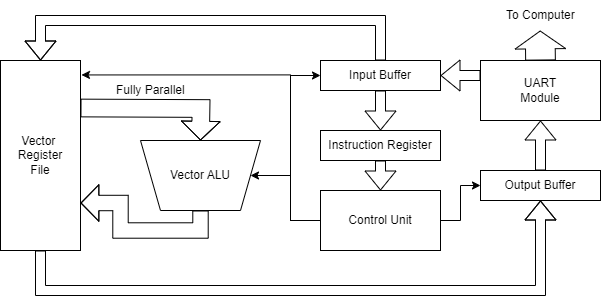
Earlier version of the draw.io export Planning-And-Development/Arch.png (ColeFrancis/FPGA-Vector-Accelerator-with-Python-HAL). Source tidied: cells renumbered, new cells last; positions are measured from the earlier drawing's top-left corner, leaving out a move shared by most shapes. Its diagram source:
```xml
<mxGraphModel>
  <root>
    <mxCell id="0" />
    <mxCell id="1" parent="0" />
    <mxCell id="2" style="edgeStyle=orthogonalEdgeStyle;rounded=0;jettySize=auto;html=1;exitX=0;exitY=0.25;exitDx=0;exitDy=0;entryX=1;entryY=0.5;entryDx=0;entryDy=0;shape=flexArrow;" parent="1" edge="1" source="4" target="7">
      <mxGeometry relative="1" as="geometry" />
    </mxCell>
    <mxCell id="3" style="edgeStyle=orthogonalEdgeStyle;rounded=0;jettySize=auto;html=1;exitX=0.5;exitY=0;exitDx=0;exitDy=0;shape=flexArrow;width=29.705882352941178;endSize=5.614705882352942;" parent="1" edge="1" source="4">
      <mxGeometry relative="1" as="geometry">
        <mxPoint x="539.7" y="30" as="targetPoint" />
      </mxGeometry>
    </mxCell>
    <mxCell id="4" value="UART&lt;div&gt;Module&lt;/div&gt;" style="rounded=0;whiteSpace=wrap;html=1;" parent="1" vertex="1">
      <mxGeometry x="480" y="60" width="120" height="60" as="geometry" />
    </mxCell>
    <mxCell id="5" style="edgeStyle=orthogonalEdgeStyle;rounded=0;jettySize=auto;html=1;exitX=0.5;exitY=0;exitDx=0;exitDy=0;entryX=0.5;entryY=0;entryDx=0;entryDy=0;shape=flexArrow;" parent="1" edge="1" source="7" target="11">
      <mxGeometry relative="1" as="geometry">
        <Array as="points">
          <mxPoint x="380" y="20" />
          <mxPoint x="40" y="20" />
        </Array>
      </mxGeometry>
    </mxCell>
    <mxCell id="6" style="edgeStyle=orthogonalEdgeStyle;rounded=0;jettySize=auto;html=1;exitX=0.5;exitY=1;exitDx=0;exitDy=0;entryX=0.5;entryY=0;entryDx=0;entryDy=0;shape=flexArrow;" parent="1" edge="1" source="7" target="13">
      <mxGeometry relative="1" as="geometry" />
    </mxCell>
    <mxCell id="7" value="Input Buffer" style="rounded=0;whiteSpace=wrap;html=1;" parent="1" vertex="1">
      <mxGeometry x="320" y="60" width="120" height="30" as="geometry" />
    </mxCell>
    <mxCell id="8" style="edgeStyle=orthogonalEdgeStyle;rounded=0;orthogonalLoop=1;jettySize=auto;html=1;exitX=0.5;exitY=1;exitDx=0;exitDy=0;" parent="1" edge="1" source="7" target="7">
      <mxGeometry relative="1" as="geometry" />
    </mxCell>
    <mxCell id="9" style="edgeStyle=orthogonalEdgeStyle;rounded=0;jettySize=auto;html=1;exitX=0.5;exitY=1;exitDx=0;exitDy=0;entryX=0.5;entryY=1;entryDx=0;entryDy=0;shape=flexArrow;" parent="1" edge="1" source="11" target="19">
      <mxGeometry relative="1" as="geometry">
        <Array as="points">
          <mxPoint x="40" y="290" />
          <mxPoint x="540" y="290" />
        </Array>
      </mxGeometry>
    </mxCell>
    <mxCell id="10" style="edgeStyle=orthogonalEdgeStyle;rounded=0;orthogonalLoop=1;jettySize=auto;html=1;exitX=1;exitY=0.25;exitDx=0;exitDy=0;entryX=0.5;entryY=1;entryDx=0;entryDy=0;shape=flexArrow;width=17.714285714285715;endSize=5.902857142857143;" parent="1" edge="1">
      <mxGeometry relative="1" as="geometry">
        <mxPoint x="80" y="107.5" as="sourcePoint" />
        <mxPoint x="200" y="140" as="targetPoint" />
      </mxGeometry>
    </mxCell>
    <mxCell id="11" value="Vector&amp;nbsp;&lt;div&gt;Register&lt;/div&gt;&lt;div&gt;File&lt;/div&gt;" style="rounded=0;whiteSpace=wrap;html=1;" parent="1" vertex="1">
      <mxGeometry y="60" width="80" height="190" as="geometry" />
    </mxCell>
    <mxCell id="12" style="edgeStyle=orthogonalEdgeStyle;rounded=0;jettySize=auto;html=1;exitX=0.5;exitY=1;exitDx=0;exitDy=0;entryX=0.5;entryY=0;entryDx=0;entryDy=0;shape=flexArrow;" parent="1" edge="1" source="13" target="17">
      <mxGeometry relative="1" as="geometry" />
    </mxCell>
    <mxCell id="13" value="Instruction Register" style="rounded=0;whiteSpace=wrap;html=1;" parent="1" vertex="1">
      <mxGeometry x="320" y="130" width="120" height="30" as="geometry" />
    </mxCell>
    <mxCell id="14" style="edgeStyle=orthogonalEdgeStyle;rounded=0;jettySize=auto;html=1;exitX=1;exitY=0.5;exitDx=0;exitDy=0;entryX=0;entryY=0.5;entryDx=0;entryDy=0;" parent="1" edge="1" source="17" target="19">
      <mxGeometry relative="1" as="geometry" />
    </mxCell>
    <mxCell id="15" style="edgeStyle=orthogonalEdgeStyle;rounded=0;jettySize=auto;html=1;exitX=0;exitY=0.5;exitDx=0;exitDy=0;entryX=0;entryY=0.5;entryDx=0;entryDy=0;" parent="1" edge="1" source="17" target="21">
      <mxGeometry relative="1" as="geometry" />
    </mxCell>
    <mxCell id="16" style="edgeStyle=orthogonalEdgeStyle;rounded=0;jettySize=auto;html=1;exitX=0;exitY=0.5;exitDx=0;exitDy=0;entryX=0;entryY=0.5;entryDx=0;entryDy=0;" parent="1" edge="1" source="17" target="7">
      <mxGeometry relative="1" as="geometry">
        <Array as="points">
          <mxPoint x="290" y="220" />
          <mxPoint x="290" y="75" />
        </Array>
      </mxGeometry>
    </mxCell>
    <mxCell id="17" value="Control Unit" style="rounded=0;whiteSpace=wrap;html=1;" parent="1" vertex="1">
      <mxGeometry x="320" y="190" width="120" height="60" as="geometry" />
    </mxCell>
    <mxCell id="18" style="edgeStyle=orthogonalEdgeStyle;rounded=0;jettySize=auto;html=1;exitX=0.5;exitY=0;exitDx=0;exitDy=0;entryX=0.5;entryY=1;entryDx=0;entryDy=0;shape=flexArrow;" parent="1" edge="1" source="19" target="4">
      <mxGeometry relative="1" as="geometry" />
    </mxCell>
    <mxCell id="19" value="Output Buffer" style="rounded=0;whiteSpace=wrap;html=1;" parent="1" vertex="1">
      <mxGeometry x="480" y="170" width="120" height="30" as="geometry" />
    </mxCell>
    <mxCell id="20" style="edgeStyle=orthogonalEdgeStyle;rounded=0;jettySize=auto;html=1;exitX=0.5;exitY=0;exitDx=0;exitDy=0;entryX=1;entryY=0.75;entryDx=0;entryDy=0;shape=flexArrow;width=15.428571428571429;endSize=5.617142857142857;" parent="1" edge="1" source="21" target="11">
      <mxGeometry relative="1" as="geometry">
        <Array as="points">
          <mxPoint x="200" y="230" />
          <mxPoint x="120" y="230" />
          <mxPoint x="120" y="203" />
        </Array>
      </mxGeometry>
    </mxCell>
    <mxCell id="21" value="Vector ALU" style="shape=trapezoid;perimeter=trapezoidPerimeter;whiteSpace=wrap;html=1;fixedSize=1;direction=west;" parent="1" vertex="1">
      <mxGeometry x="140" y="140" width="120" height="70" as="geometry" />
    </mxCell>
    <mxCell id="22" style="edgeStyle=orthogonalEdgeStyle;rounded=0;jettySize=auto;html=1;exitX=0;exitY=0.5;exitDx=0;exitDy=0;entryX=1.012;entryY=0.076;entryDx=0;entryDy=0;entryPerimeter=0;" parent="1" edge="1" source="17" target="11">
      <mxGeometry relative="1" as="geometry">
        <Array as="points">
          <mxPoint x="290" y="220" />
          <mxPoint x="290" y="74" />
        </Array>
      </mxGeometry>
    </mxCell>
    <mxCell id="23" value="To Computer" style="text;strokeColor=none;fillColor=none;align=left;verticalAlign=middle;spacingLeft=4;spacingRight=4;overflow=hidden;whiteSpace=wrap;html=1;" parent="1" vertex="1">
      <mxGeometry x="500" width="80" height="30" as="geometry" />
    </mxCell>
    <mxCell id="24" value="Fully Parallel" style="text;strokeColor=none;fillColor=none;align=left;verticalAlign=middle;spacingLeft=4;spacingRight=4;overflow=hidden;whiteSpace=wrap;html=1;" parent="1" vertex="1">
      <mxGeometry x="110" y="80" width="80" height="20" as="geometry" />
    </mxCell>
  </root>
</mxGraphModel>
```
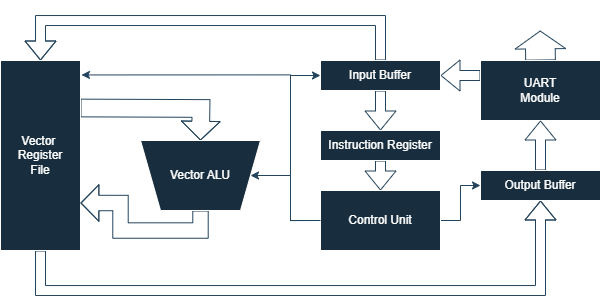
Later version of the same file.

The edit, as a diff of the source:
```diff
@@ -2,18 +2,18 @@
   <root>
     <mxCell id="0" />
     <mxCell id="1" parent="0" />
-    <mxCell id="2" style="edgeStyle=orthogonalEdgeStyle;rounded=0;jettySize=auto;html=1;exitX=0;exitY=0.25;exitDx=0;exitDy=0;entryX=1;entryY=0.5;entryDx=0;entryDy=0;shape=flexArrow;" parent="1" edge="1" source="4" target="7">
+    <mxCell id="2" style="edgeStyle=orthogonalEdgeStyle;rounded=0;jettySize=auto;html=1;exitX=0;exitY=0.25;exitDx=0;exitDy=0;entryX=1;entryY=0.5;entryDx=0;entryDy=0;shape=flexArrow;labelBackgroundColor=none;strokeColor=#23445D;fontColor=default;" parent="1" edge="1" source="4" target="7">
       <mxGeometry relative="1" as="geometry" />
     </mxCell>
-    <mxCell id="3" style="edgeStyle=orthogonalEdgeStyle;rounded=0;jettySize=auto;html=1;exitX=0.5;exitY=0;exitDx=0;exitDy=0;shape=flexArrow;width=29.705882352941178;endSize=5.614705882352942;" parent="1" edge="1" source="4">
+    <mxCell id="3" style="edgeStyle=orthogonalEdgeStyle;rounded=0;jettySize=auto;html=1;exitX=0.5;exitY=0;exitDx=0;exitDy=0;shape=flexArrow;width=29.705882352941178;endSize=5.614705882352942;labelBackgroundColor=none;strokeColor=#23445D;fontColor=default;" parent="1" edge="1" source="4">
       <mxGeometry relative="1" as="geometry">
         <mxPoint x="539.7" y="30" as="targetPoint" />
       </mxGeometry>
     </mxCell>
-    <mxCell id="4" value="UART&lt;div&gt;Module&lt;/div&gt;" style="rounded=0;whiteSpace=wrap;html=1;" parent="1" vertex="1">
+    <mxCell id="4" value="UART&lt;div&gt;Module&lt;/div&gt;" style="rounded=0;whiteSpace=wrap;html=1;labelBackgroundColor=none;fillColor=#182E3E;strokeColor=#FFFFFF;fontColor=#FFFFFF;" parent="1" vertex="1">
       <mxGeometry x="480" y="60" width="120" height="60" as="geometry" />
     </mxCell>
-    <mxCell id="5" style="edgeStyle=orthogonalEdgeStyle;rounded=0;jettySize=auto;html=1;exitX=0.5;exitY=0;exitDx=0;exitDy=0;entryX=0.5;entryY=0;entryDx=0;entryDy=0;shape=flexArrow;" parent="1" edge="1" source="7" target="11">
+    <mxCell id="5" style="edgeStyle=orthogonalEdgeStyle;rounded=0;jettySize=auto;html=1;exitX=0.5;exitY=0;exitDx=0;exitDy=0;entryX=0.5;entryY=0;entryDx=0;entryDy=0;shape=flexArrow;labelBackgroundColor=none;strokeColor=#23445D;fontColor=default;" parent="1" edge="1" source="7" target="11">
       <mxGeometry relative="1" as="geometry">
         <Array as="points">
           <mxPoint x="380" y="20" />
@@ -21,16 +21,16 @@
         </Array>
       </mxGeometry>
     </mxCell>
-    <mxCell id="6" style="edgeStyle=orthogonalEdgeStyle;rounded=0;jettySize=auto;html=1;exitX=0.5;exitY=1;exitDx=0;exitDy=0;entryX=0.5;entryY=0;entryDx=0;entryDy=0;shape=flexArrow;" parent="1" edge="1" source="7" target="13">
+    <mxCell id="6" style="edgeStyle=orthogonalEdgeStyle;rounded=0;jettySize=auto;html=1;exitX=0.5;exitY=1;exitDx=0;exitDy=0;entryX=0.5;entryY=0;entryDx=0;entryDy=0;shape=flexArrow;labelBackgroundColor=none;strokeColor=#23445D;fontColor=default;" parent="1" edge="1" source="7" target="13">
       <mxGeometry relative="1" as="geometry" />
     </mxCell>
-    <mxCell id="7" value="Input Buffer" style="rounded=0;whiteSpace=wrap;html=1;" parent="1" vertex="1">
+    <mxCell id="7" value="Input Buffer" style="rounded=0;whiteSpace=wrap;html=1;labelBackgroundColor=none;fillColor=#182E3E;strokeColor=#FFFFFF;fontColor=#FFFFFF;" parent="1" vertex="1">
       <mxGeometry x="320" y="60" width="120" height="30" as="geometry" />
     </mxCell>
-    <mxCell id="8" style="edgeStyle=orthogonalEdgeStyle;rounded=0;orthogonalLoop=1;jettySize=auto;html=1;exitX=0.5;exitY=1;exitDx=0;exitDy=0;" parent="1" edge="1" source="7" target="7">
+    <mxCell id="8" style="edgeStyle=orthogonalEdgeStyle;rounded=0;orthogonalLoop=1;jettySize=auto;html=1;exitX=0.5;exitY=1;exitDx=0;exitDy=0;labelBackgroundColor=none;strokeColor=#23445D;fontColor=default;" parent="1" edge="1" source="7" target="7">
       <mxGeometry relative="1" as="geometry" />
     </mxCell>
-    <mxCell id="9" style="edgeStyle=orthogonalEdgeStyle;rounded=0;jettySize=auto;html=1;exitX=0.5;exitY=1;exitDx=0;exitDy=0;entryX=0.5;entryY=1;entryDx=0;entryDy=0;shape=flexArrow;" parent="1" edge="1" source="11" target="19">
+    <mxCell id="9" style="edgeStyle=orthogonalEdgeStyle;rounded=0;jettySize=auto;html=1;exitX=0.5;exitY=1;exitDx=0;exitDy=0;entryX=0.5;entryY=1;entryDx=0;entryDy=0;shape=flexArrow;labelBackgroundColor=none;strokeColor=#23445D;fontColor=default;" parent="1" edge="1" source="11" target="19">
       <mxGeometry relative="1" as="geometry">
         <Array as="points">
           <mxPoint x="40" y="290" />
@@ -38,28 +38,28 @@
         </Array>
       </mxGeometry>
     </mxCell>
-    <mxCell id="10" style="edgeStyle=orthogonalEdgeStyle;rounded=0;orthogonalLoop=1;jettySize=auto;html=1;exitX=1;exitY=0.25;exitDx=0;exitDy=0;entryX=0.5;entryY=1;entryDx=0;entryDy=0;shape=flexArrow;width=17.714285714285715;endSize=5.902857142857143;" parent="1" edge="1">
+    <mxCell id="10" style="edgeStyle=orthogonalEdgeStyle;rounded=0;orthogonalLoop=1;jettySize=auto;html=1;exitX=1;exitY=0.25;exitDx=0;exitDy=0;entryX=0.5;entryY=1;entryDx=0;entryDy=0;shape=flexArrow;width=17.714285714285715;endSize=5.902857142857143;labelBackgroundColor=none;strokeColor=#23445D;fontColor=default;" parent="1" edge="1">
       <mxGeometry relative="1" as="geometry">
         <mxPoint x="80" y="107.5" as="sourcePoint" />
         <mxPoint x="200" y="140" as="targetPoint" />
       </mxGeometry>
     </mxCell>
-    <mxCell id="11" value="Vector&amp;nbsp;&lt;div&gt;Register&lt;/div&gt;&lt;div&gt;File&lt;/div&gt;" style="rounded=0;whiteSpace=wrap;html=1;" parent="1" vertex="1">
+    <mxCell id="11" value="Vector&amp;nbsp;&lt;div&gt;Register&lt;/div&gt;&lt;div&gt;File&lt;/div&gt;" style="rounded=0;whiteSpace=wrap;html=1;labelBackgroundColor=none;fillColor=#182E3E;strokeColor=#FFFFFF;fontColor=#FFFFFF;" parent="1" vertex="1">
       <mxGeometry y="60" width="80" height="190" as="geometry" />
     </mxCell>
-    <mxCell id="12" style="edgeStyle=orthogonalEdgeStyle;rounded=0;jettySize=auto;html=1;exitX=0.5;exitY=1;exitDx=0;exitDy=0;entryX=0.5;entryY=0;entryDx=0;entryDy=0;shape=flexArrow;" parent="1" edge="1" source="13" target="17">
+    <mxCell id="12" style="edgeStyle=orthogonalEdgeStyle;rounded=0;jettySize=auto;html=1;exitX=0.5;exitY=1;exitDx=0;exitDy=0;entryX=0.5;entryY=0;entryDx=0;entryDy=0;shape=flexArrow;labelBackgroundColor=none;strokeColor=#23445D;fontColor=default;" parent="1" edge="1" source="13" target="17">
       <mxGeometry relative="1" as="geometry" />
     </mxCell>
-    <mxCell id="13" value="Instruction Register" style="rounded=0;whiteSpace=wrap;html=1;" parent="1" vertex="1">
+    <mxCell id="13" value="Instruction Register" style="rounded=0;whiteSpace=wrap;html=1;labelBackgroundColor=none;fillColor=#182E3E;strokeColor=#FFFFFF;fontColor=#FFFFFF;" parent="1" vertex="1">
       <mxGeometry x="320" y="130" width="120" height="30" as="geometry" />
     </mxCell>
-    <mxCell id="14" style="edgeStyle=orthogonalEdgeStyle;rounded=0;jettySize=auto;html=1;exitX=1;exitY=0.5;exitDx=0;exitDy=0;entryX=0;entryY=0.5;entryDx=0;entryDy=0;" parent="1" edge="1" source="17" target="19">
+    <mxCell id="14" style="edgeStyle=orthogonalEdgeStyle;rounded=0;jettySize=auto;html=1;exitX=1;exitY=0.5;exitDx=0;exitDy=0;entryX=0;entryY=0.5;entryDx=0;entryDy=0;labelBackgroundColor=none;strokeColor=#23445D;fontColor=default;" parent="1" edge="1" source="17" target="19">
       <mxGeometry relative="1" as="geometry" />
     </mxCell>
-    <mxCell id="15" style="edgeStyle=orthogonalEdgeStyle;rounded=0;jettySize=auto;html=1;exitX=0;exitY=0.5;exitDx=0;exitDy=0;entryX=0;entryY=0.5;entryDx=0;entryDy=0;" parent="1" edge="1" source="17" target="21">
+    <mxCell id="15" style="edgeStyle=orthogonalEdgeStyle;rounded=0;jettySize=auto;html=1;exitX=0;exitY=0.5;exitDx=0;exitDy=0;entryX=0;entryY=0.5;entryDx=0;entryDy=0;labelBackgroundColor=none;strokeColor=#23445D;fontColor=default;" parent="1" edge="1" source="17" target="21">
       <mxGeometry relative="1" as="geometry" />
     </mxCell>
-    <mxCell id="16" style="edgeStyle=orthogonalEdgeStyle;rounded=0;jettySize=auto;html=1;exitX=0;exitY=0.5;exitDx=0;exitDy=0;entryX=0;entryY=0.5;entryDx=0;entryDy=0;" parent="1" edge="1" source="17" target="7">
+    <mxCell id="16" style="edgeStyle=orthogonalEdgeStyle;rounded=0;jettySize=auto;html=1;exitX=0;exitY=0.5;exitDx=0;exitDy=0;entryX=0;entryY=0.5;entryDx=0;entryDy=0;labelBackgroundColor=none;strokeColor=#23445D;fontColor=default;" parent="1" edge="1" source="17" target="7">
       <mxGeometry relative="1" as="geometry">
         <Array as="points">
           <mxPoint x="290" y="220" />
@@ -67,16 +67,16 @@
         </Array>
       </mxGeometry>
     </mxCell>
-    <mxCell id="17" value="Control Unit" style="rounded=0;whiteSpace=wrap;html=1;" parent="1" vertex="1">
+    <mxCell id="17" value="Control Unit" style="rounded=0;whiteSpace=wrap;html=1;labelBackgroundColor=none;fillColor=#182E3E;strokeColor=#FFFFFF;fontColor=#FFFFFF;" parent="1" vertex="1">
       <mxGeometry x="320" y="190" width="120" height="60" as="geometry" />
     </mxCell>
-    <mxCell id="18" style="edgeStyle=orthogonalEdgeStyle;rounded=0;jettySize=auto;html=1;exitX=0.5;exitY=0;exitDx=0;exitDy=0;entryX=0.5;entryY=1;entryDx=0;entryDy=0;shape=flexArrow;" parent="1" edge="1" source="19" target="4">
+    <mxCell id="18" style="edgeStyle=orthogonalEdgeStyle;rounded=0;jettySize=auto;html=1;exitX=0.5;exitY=0;exitDx=0;exitDy=0;entryX=0.5;entryY=1;entryDx=0;entryDy=0;shape=flexArrow;labelBackgroundColor=none;strokeColor=#23445D;fontColor=default;" parent="1" edge="1" source="19" target="4">
       <mxGeometry relative="1" as="geometry" />
     </mxCell>
-    <mxCell id="19" value="Output Buffer" style="rounded=0;whiteSpace=wrap;html=1;" parent="1" vertex="1">
+    <mxCell id="19" value="Output Buffer" style="rounded=0;whiteSpace=wrap;html=1;labelBackgroundColor=none;fillColor=#182E3E;strokeColor=#FFFFFF;fontColor=#FFFFFF;" parent="1" vertex="1">
       <mxGeometry x="480" y="170" width="120" height="30" as="geometry" />
     </mxCell>
-    <mxCell id="20" style="edgeStyle=orthogonalEdgeStyle;rounded=0;jettySize=auto;html=1;exitX=0.5;exitY=0;exitDx=0;exitDy=0;entryX=1;entryY=0.75;entryDx=0;entryDy=0;shape=flexArrow;width=15.428571428571429;endSize=5.617142857142857;" parent="1" edge="1" source="21" target="11">
+    <mxCell id="20" style="edgeStyle=orthogonalEdgeStyle;rounded=0;jettySize=auto;html=1;exitX=0.5;exitY=0;exitDx=0;exitDy=0;entryX=1;entryY=0.75;entryDx=0;entryDy=0;shape=flexArrow;width=15.428571428571429;endSize=5.617142857142857;labelBackgroundColor=none;strokeColor=#23445D;fontColor=default;" parent="1" edge="1" source="21" target="11">
       <mxGeometry relative="1" as="geometry">
         <Array as="points">
           <mxPoint x="200" y="230" />
@@ -85,10 +85,10 @@
         </Array>
       </mxGeometry>
     </mxCell>
-    <mxCell id="21" value="Vector ALU" style="shape=trapezoid;perimeter=trapezoidPerimeter;whiteSpace=wrap;html=1;fixedSize=1;direction=west;" parent="1" vertex="1">
+    <mxCell id="21" value="Vector ALU" style="shape=trapezoid;perimeter=trapezoidPerimeter;whiteSpace=wrap;html=1;fixedSize=1;direction=west;labelBackgroundColor=none;fillColor=#182E3E;strokeColor=#FFFFFF;fontColor=#FFFFFF;" parent="1" vertex="1">
       <mxGeometry x="140" y="140" width="120" height="70" as="geometry" />
     </mxCell>
-    <mxCell id="22" style="edgeStyle=orthogonalEdgeStyle;rounded=0;jettySize=auto;html=1;exitX=0;exitY=0.5;exitDx=0;exitDy=0;entryX=1.012;entryY=0.076;entryDx=0;entryDy=0;entryPerimeter=0;" parent="1" edge="1" source="17" target="11">
+    <mxCell id="22" style="edgeStyle=orthogonalEdgeStyle;rounded=0;jettySize=auto;html=1;exitX=0;exitY=0.5;exitDx=0;exitDy=0;entryX=1.012;entryY=0.076;entryDx=0;entryDy=0;entryPerimeter=0;labelBackgroundColor=none;strokeColor=#23445D;fontColor=default;" parent="1" edge="1" source="17" target="11">
       <mxGeometry relative="1" as="geometry">
         <Array as="points">
           <mxPoint x="290" y="220" />
@@ -96,10 +96,10 @@
         </Array>
       </mxGeometry>
     </mxCell>
-    <mxCell id="23" value="To Computer" style="text;strokeColor=none;fillColor=none;align=left;verticalAlign=middle;spacingLeft=4;spacingRight=4;overflow=hidden;whiteSpace=wrap;html=1;" parent="1" vertex="1">
+    <mxCell id="23" value="To Computer" style="text;strokeColor=none;fillColor=none;align=left;verticalAlign=middle;spacingLeft=4;spacingRight=4;overflow=hidden;whiteSpace=wrap;html=1;labelBackgroundColor=none;fontColor=#FFFFFF;" parent="1" vertex="1">
       <mxGeometry x="500" width="80" height="30" as="geometry" />
     </mxCell>
-    <mxCell id="24" value="Fully Parallel" style="text;strokeColor=none;fillColor=none;align=left;verticalAlign=middle;spacingLeft=4;spacingRight=4;overflow=hidden;whiteSpace=wrap;html=1;" parent="1" vertex="1">
+    <mxCell id="24" value="Fully Parallel" style="text;strokeColor=none;fillColor=none;align=left;verticalAlign=middle;spacingLeft=4;spacingRight=4;overflow=hidden;whiteSpace=wrap;html=1;labelBackgroundColor=none;fontColor=#FFFFFF;" parent="1" vertex="1">
       <mxGeometry x="110" y="80" width="80" height="20" as="geometry" />
     </mxCell>
   </root>
```
